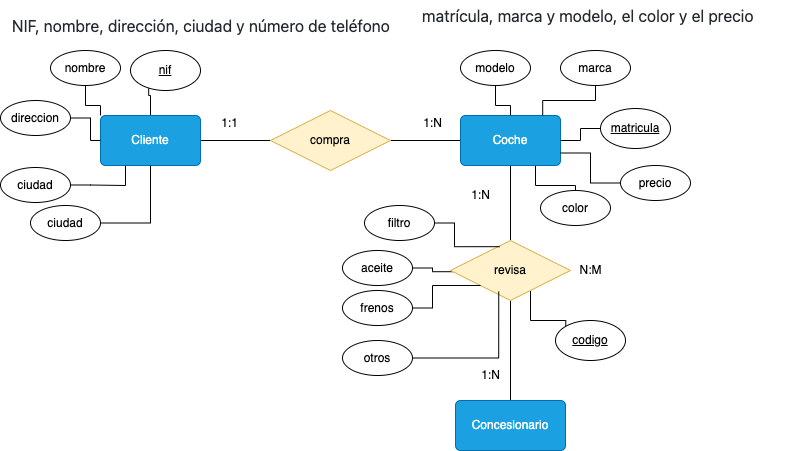
This is Primero/BAE/UNIDAD-2/tareas-clase/tarea6/er-solucion-1.png from jpexposito/docencia, a draw.io export, as it was before one commit. Source tidied: cells renumbered, new cells last; positions are measured from the earlier drawing's top-left corner, leaving out a move shared by most shapes.
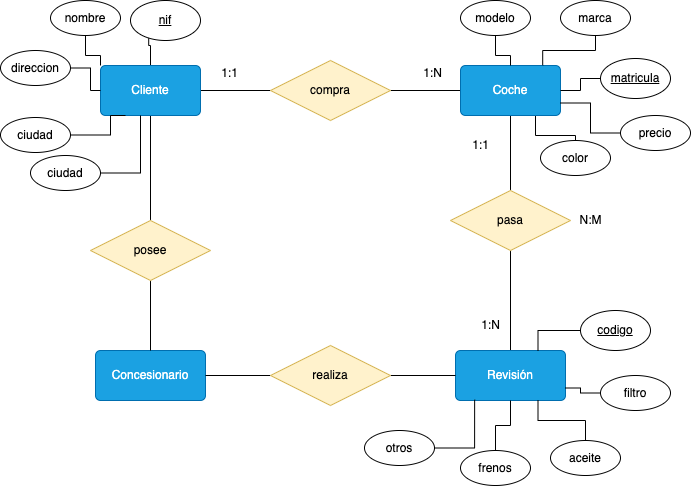
After the change.

The edit, as a diff of the source:
```diff
@@ -2,15 +2,15 @@
   <root>
     <mxCell id="0" />
     <mxCell id="1" parent="0" />
-    <mxCell id="2" style="edgeStyle=orthogonalEdgeStyle;rounded=0;jettySize=auto;html=1;entryX=0.085;entryY=0.52;entryDx=0;entryDy=0;entryPerimeter=0;endArrow=none;endFill=0;" parent="1" edge="1" source="41" target="20">
-      <mxGeometry relative="1" as="geometry" />
-    </mxCell>
     <mxCell id="3" style="edgeStyle=orthogonalEdgeStyle;rounded=0;jettySize=auto;html=1;entryX=0.26;entryY=0.868;entryDx=0;entryDy=0;entryPerimeter=0;endArrow=none;endFill=0;" parent="1" edge="1" source="5" target="31">
       <mxGeometry relative="1" as="geometry" />
     </mxCell>
     <mxCell id="4" style="edgeStyle=orthogonalEdgeStyle;rounded=0;jettySize=auto;html=1;endArrow=none;endFill=0;entryX=0;entryY=0.5;entryDx=0;entryDy=0;" parent="1" edge="1" source="5" target="18">
       <mxGeometry relative="1" as="geometry" />
     </mxCell>
+    <mxCell id="48" style="edgeStyle=orthogonalEdgeStyle;rounded=0;jettySize=auto;html=1;endArrow=none;endFill=0;" parent="1" edge="1" source="5" target="59">
+      <mxGeometry relative="1" as="geometry" />
+    </mxCell>
     <mxCell id="5" value="Cliente" style="rounded=1;arcSize=10;whiteSpace=wrap;html=1;align=center;fillColor=#1ba1e2;strokeColor=#006EAF;fontColor=#ffffff;" parent="1" vertex="1">
       <mxGeometry x="100" y="115" width="100" height="50" as="geometry" />
     </mxCell>
@@ -29,7 +29,7 @@
     <mxCell id="10" style="edgeStyle=orthogonalEdgeStyle;rounded=0;jettySize=auto;html=1;endArrow=none;endFill=0;exitX=0.5;exitY=1;exitDx=0;exitDy=0;" parent="1" edge="1" source="20" target="11">
       <mxGeometry relative="1" as="geometry" />
     </mxCell>
-    <mxCell id="11" value="Concesionario" style="whiteSpace=wrap;html=1;rounded=1;arcSize=10;fillColor=#1ba1e2;fontColor=#ffffff;strokeColor=#006EAF;" parent="1" vertex="1">
+    <mxCell id="11" value="Revisión" style="whiteSpace=wrap;html=1;rounded=1;arcSize=10;fillColor=#1ba1e2;fontColor=#ffffff;strokeColor=#006EAF;" parent="1" vertex="1">
       <mxGeometry x="455" y="400" width="110" height="50" as="geometry" />
     </mxCell>
     <mxCell id="12" value="1:N" style="text;html=1;align=center;verticalAlign=middle;strokeColor=none;fillColor=none;" parent="1" vertex="1">
@@ -38,7 +38,7 @@
     <mxCell id="13" value="1:1" style="text;html=1;align=center;verticalAlign=middle;strokeColor=none;fillColor=none;" parent="1" vertex="1">
       <mxGeometry x="209" y="108" width="40" height="30" as="geometry" />
     </mxCell>
-    <mxCell id="14" value="1:N" style="text;html=1;align=center;verticalAlign=middle;strokeColor=none;fillColor=none;" parent="1" vertex="1">
+    <mxCell id="14" value="1:1" style="text;html=1;align=center;verticalAlign=middle;strokeColor=none;fillColor=none;" parent="1" vertex="1">
       <mxGeometry x="460" y="180" width="40" height="30" as="geometry" />
     </mxCell>
     <mxCell id="15" value="1:N" style="text;html=1;align=center;verticalAlign=middle;strokeColor=none;fillColor=none;" parent="1" vertex="1">
@@ -47,21 +47,10 @@
     <mxCell id="16" value="N:M" style="text;html=1;align=center;verticalAlign=middle;strokeColor=none;fillColor=none;" parent="1" vertex="1">
       <mxGeometry x="565" y="255" width="50" height="30" as="geometry" />
     </mxCell>
-    <mxCell id="17" value="&lt;span style=&quot;color: rgb(36, 41, 47); font-family: -apple-system, &amp;quot;system-ui&amp;quot;, &amp;quot;Segoe UI&amp;quot;, &amp;quot;Noto Sans&amp;quot;, Helvetica, Arial, sans-serif, &amp;quot;Apple Color Emoji&amp;quot;, &amp;quot;Segoe UI Emoji&amp;quot;; font-size: 16px; font-style: normal; font-variant-ligatures: normal; font-variant-caps: normal; font-weight: 400; letter-spacing: normal; orphans: 2; text-align: justify; text-indent: 0px; text-transform: none; widows: 2; word-spacing: 0px; -webkit-text-stroke-width: 0px; background-color: rgb(255, 255, 255); text-decoration-thickness: initial; text-decoration-style: initial; text-decoration-color: initial; float: none; display: inline !important;&quot;&gt;matrícula, marca y modelo, el color y el precio&lt;/span&gt;" style="text;whiteSpace=wrap;html=1;" parent="1" vertex="1">
-      <mxGeometry x="420" width="370" height="40" as="geometry" />
-    </mxCell>
     <mxCell id="18" value="compra" style="shape=rhombus;perimeter=rhombusPerimeter;whiteSpace=wrap;html=1;align=center;fillColor=#fff2cc;strokeColor=#d6b656;" parent="1" vertex="1">
       <mxGeometry x="270" y="110" width="120" height="60" as="geometry" />
     </mxCell>
-    <mxCell id="19" style="edgeStyle=orthogonalEdgeStyle;rounded=0;jettySize=auto;html=1;entryX=0;entryY=0;entryDx=0;entryDy=0;endArrow=none;endFill=0;" parent="1" edge="1" source="20" target="47">
-      <mxGeometry relative="1" as="geometry">
-        <Array as="points">
-          <mxPoint x="530" y="320" />
-          <mxPoint x="565" y="320" />
-        </Array>
-      </mxGeometry>
-    </mxCell>
-    <mxCell id="20" value="revisa" style="shape=rhombus;perimeter=rhombusPerimeter;whiteSpace=wrap;html=1;align=center;fillColor=#fff2cc;strokeColor=#d6b656;" parent="1" vertex="1">
+    <mxCell id="20" value="pasa" style="shape=rhombus;perimeter=rhombusPerimeter;whiteSpace=wrap;html=1;align=center;fillColor=#fff2cc;strokeColor=#d6b656;" parent="1" vertex="1">
       <mxGeometry x="450" y="240" width="120" height="60" as="geometry" />
     </mxCell>
     <mxCell id="21" value="marca" style="ellipse;whiteSpace=wrap;html=1;align=center;" parent="1" vertex="1">
@@ -96,9 +85,6 @@
         </Array>
       </mxGeometry>
     </mxCell>
-    <mxCell id="30" value="&lt;span style=&quot;color: rgb(36, 41, 47); font-family: -apple-system, &amp;quot;system-ui&amp;quot;, &amp;quot;Segoe UI&amp;quot;, &amp;quot;Noto Sans&amp;quot;, Helvetica, Arial, sans-serif, &amp;quot;Apple Color Emoji&amp;quot;, &amp;quot;Segoe UI Emoji&amp;quot;; font-size: 16px; font-style: normal; font-variant-ligatures: normal; font-variant-caps: normal; font-weight: 400; letter-spacing: normal; orphans: 2; text-align: justify; text-indent: 0px; text-transform: none; widows: 2; word-spacing: 0px; -webkit-text-stroke-width: 0px; background-color: rgb(255, 255, 255); text-decoration-thickness: initial; text-decoration-style: initial; text-decoration-color: initial; float: none; display: inline !important;&quot;&gt;NIF, nombre, dirección, ciudad y número de teléfono&lt;/span&gt;" style="text;whiteSpace=wrap;html=1;" parent="1" vertex="1">
-      <mxGeometry x="10" y="10" width="410" height="40" as="geometry" />
-    </mxCell>
     <mxCell id="31" value="nif" style="ellipse;whiteSpace=wrap;html=1;align=center;fontStyle=4;" parent="1" vertex="1">
       <mxGeometry x="130" y="50" width="70" height="40" as="geometry" />
     </mxCell>
@@ -115,40 +101,73 @@
       <mxGeometry y="100" width="70" height="35" as="geometry" />
     </mxCell>
     <mxCell id="36" style="edgeStyle=orthogonalEdgeStyle;rounded=0;jettySize=auto;html=1;entryX=0.25;entryY=1;entryDx=0;entryDy=0;endArrow=none;endFill=0;" parent="1" edge="1" source="37" target="5">
-      <mxGeometry relative="1" as="geometry" />
+      <mxGeometry relative="1" as="geometry">
+        <Array as="points">
+          <mxPoint x="110" y="185" />
+          <mxPoint x="110" y="165" />
+        </Array>
+      </mxGeometry>
     </mxCell>
     <mxCell id="37" value="ciudad" style="ellipse;whiteSpace=wrap;html=1;align=center;" parent="1" vertex="1">
       <mxGeometry y="167" width="70" height="35" as="geometry" />
     </mxCell>
     <mxCell id="38" style="edgeStyle=orthogonalEdgeStyle;rounded=0;jettySize=auto;html=1;exitX=1;exitY=0.5;exitDx=0;exitDy=0;endArrow=none;endFill=0;" parent="1" edge="1" source="39" target="5">
-      <mxGeometry relative="1" as="geometry" />
+      <mxGeometry relative="1" as="geometry">
+        <Array as="points">
+          <mxPoint x="140" y="223" />
+        </Array>
+      </mxGeometry>
     </mxCell>
     <mxCell id="39" value="ciudad" style="ellipse;whiteSpace=wrap;html=1;align=center;" parent="1" vertex="1">
       <mxGeometry x="30" y="205" width="70" height="35" as="geometry" />
     </mxCell>
+    <mxCell id="49" style="edgeStyle=orthogonalEdgeStyle;rounded=0;jettySize=auto;html=1;entryX=1;entryY=0.75;entryDx=0;entryDy=0;endArrow=none;endFill=0;" parent="1" edge="1" source="40" target="11">
+      <mxGeometry relative="1" as="geometry" />
+    </mxCell>
     <mxCell id="40" value="filtro" style="ellipse;whiteSpace=wrap;html=1;align=center;" parent="1" vertex="1">
-      <mxGeometry x="364" y="205" width="70" height="35" as="geometry" />
+      <mxGeometry x="600" y="425" width="70" height="35" as="geometry" />
     </mxCell>
+    <mxCell id="50" style="edgeStyle=orthogonalEdgeStyle;rounded=0;jettySize=auto;html=1;entryX=0.75;entryY=1;entryDx=0;entryDy=0;endArrow=none;endFill=0;" parent="1" edge="1" source="41" target="11">
+      <mxGeometry relative="1" as="geometry" />
+    </mxCell>
     <mxCell id="41" value="aceite" style="ellipse;whiteSpace=wrap;html=1;align=center;" parent="1" vertex="1">
-      <mxGeometry x="342" y="250" width="70" height="35" as="geometry" />
+      <mxGeometry x="550" y="490" width="70" height="35" as="geometry" />
     </mxCell>
-    <mxCell id="42" style="edgeStyle=orthogonalEdgeStyle;rounded=0;jettySize=auto;html=1;entryX=0;entryY=1;entryDx=0;entryDy=0;endArrow=none;endFill=0;" parent="1" edge="1" source="43" target="20">
-      <mxGeometry relative="1" as="geometry" />
-    </mxCell>
+    <mxCell id="51" style="edgeStyle=orthogonalEdgeStyle;rounded=0;jettySize=auto;html=1;entryX=0.5;entryY=1;entryDx=0;entryDy=0;endArrow=none;endFill=0;" parent="1" edge="1" source="43" target="11">
+      <mxGeometry relative="1" as="geometry" />
+    </mxCell>
     <mxCell id="43" value="frenos" style="ellipse;whiteSpace=wrap;html=1;align=center;" parent="1" vertex="1">
-      <mxGeometry x="342" y="290" width="70" height="35" as="geometry" />
+      <mxGeometry x="460" y="500" width="70" height="35" as="geometry" />
     </mxCell>
     <mxCell id="44" value="otros" style="ellipse;whiteSpace=wrap;html=1;align=center;" parent="1" vertex="1">
-      <mxGeometry x="342" y="340" width="70" height="35" as="geometry" />
+      <mxGeometry x="364" y="480" width="70" height="35" as="geometry" />
     </mxCell>
-    <mxCell id="45" style="edgeStyle=orthogonalEdgeStyle;rounded=0;jettySize=auto;html=1;entryX=0.41;entryY=0.103;entryDx=0;entryDy=0;entryPerimeter=0;endArrow=none;endFill=0;" parent="1" edge="1" source="40" target="20">
-      <mxGeometry relative="1" as="geometry" />
-    </mxCell>
-    <mxCell id="46" style="edgeStyle=orthogonalEdgeStyle;rounded=0;jettySize=auto;html=1;entryX=0.402;entryY=0.853;entryDx=0;entryDy=0;entryPerimeter=0;endArrow=none;endFill=0;" parent="1" edge="1" source="44" target="20">
-      <mxGeometry relative="1" as="geometry" />
-    </mxCell>
+    <mxCell id="52" style="edgeStyle=orthogonalEdgeStyle;rounded=0;jettySize=auto;html=1;entryX=0.75;entryY=0;entryDx=0;entryDy=0;endArrow=none;endFill=0;" parent="1" edge="1" source="47" target="11">
+      <mxGeometry relative="1" as="geometry" />
+    </mxCell>
     <mxCell id="47" value="codigo" style="ellipse;whiteSpace=wrap;html=1;align=center;fontStyle=4;" parent="1" vertex="1">
-      <mxGeometry x="555" y="320" width="70" height="40" as="geometry" />
+      <mxGeometry x="580" y="360" width="70" height="40" as="geometry" />
     </mxCell>
+    <mxCell id="53" value="Concesionario" style="whiteSpace=wrap;html=1;rounded=1;arcSize=10;fillColor=#1ba1e2;fontColor=#ffffff;strokeColor=#006EAF;" parent="1" vertex="1">
+      <mxGeometry x="95" y="400" width="110" height="50" as="geometry" />
+    </mxCell>
+    <mxCell id="54" style="edgeStyle=orthogonalEdgeStyle;rounded=0;jettySize=auto;html=1;entryX=0.174;entryY=0.984;entryDx=0;entryDy=0;entryPerimeter=0;endArrow=none;endFill=0;" parent="1" edge="1" source="44" target="11">
+      <mxGeometry relative="1" as="geometry" />
+    </mxCell>
+    <mxCell id="55" style="edgeStyle=orthogonalEdgeStyle;rounded=0;jettySize=auto;html=1;entryX=0;entryY=0.5;entryDx=0;entryDy=0;endArrow=none;endFill=0;" parent="1" edge="1" source="57" target="11">
+      <mxGeometry relative="1" as="geometry" />
+    </mxCell>
+    <mxCell id="56" style="edgeStyle=orthogonalEdgeStyle;rounded=0;jettySize=auto;html=1;entryX=1;entryY=0.5;entryDx=0;entryDy=0;endArrow=none;endFill=0;" parent="1" edge="1" source="57" target="53">
+      <mxGeometry relative="1" as="geometry" />
+    </mxCell>
+    <mxCell id="57" value="realiza&lt;br&gt;" style="shape=rhombus;perimeter=rhombusPerimeter;whiteSpace=wrap;html=1;align=center;fillColor=#fff2cc;strokeColor=#d6b656;" parent="1" vertex="1">
+      <mxGeometry x="270" y="395" width="120" height="60" as="geometry" />
+    </mxCell>
+    <mxCell id="58" style="edgeStyle=orthogonalEdgeStyle;rounded=0;jettySize=auto;html=1;endArrow=none;endFill=0;" parent="1" edge="1" source="59" target="53">
+      <mxGeometry relative="1" as="geometry" />
+    </mxCell>
+    <mxCell id="59" value="posee" style="shape=rhombus;perimeter=rhombusPerimeter;whiteSpace=wrap;html=1;align=center;fillColor=#fff2cc;strokeColor=#d6b656;" parent="1" vertex="1">
+      <mxGeometry x="90" y="270" width="120" height="60" as="geometry" />
+    </mxCell>
   </root>
 </mxGraphModel>
```
